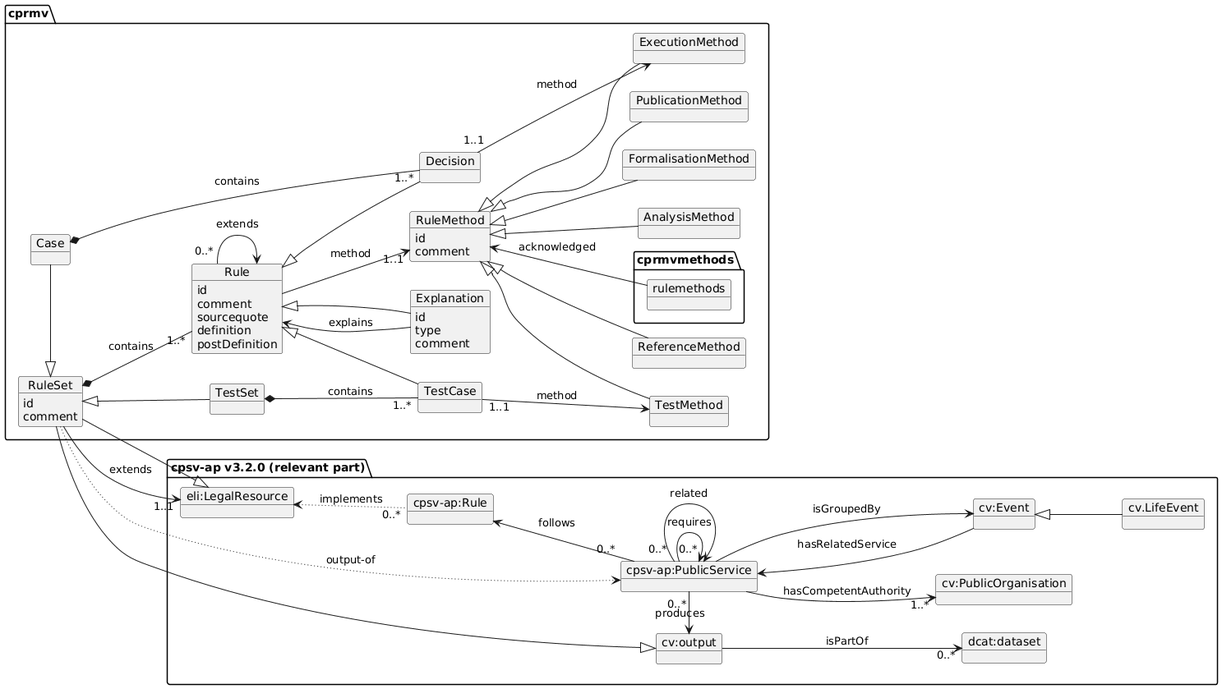
open-regels/cprmv keeps this PlantUML diagram as serve_api/respec/0.4.0/media/overview.png. Above is the earlier version. Its diagram source:
```plantuml
@startuml
left to right direction

package "cpsv-ap v3.2.0 (relevant part)" as cpsv-ap {
    object "cpsv-ap:Rule" as cpsvrule
    object "cpsv-ap:PublicService" as service
    service "0..*" -u-> cpsvrule : follows

    object "eli:LegalResource" as legalresource
    legalresource <-[dotted]- "0..*" cpsvrule : implements
    object "cv:output" as output
    service "0..*" -l-> output : produces
    object "dcat:dataset" as dcat
    output --> "0..*" dcat : isPartOf
    object "cv:Event" as event
    object "cv.LifeEvent" as lifeevent
    lifeevent -u-|> event
    service <-- event : hasRelatedService
    service --> event : isGroupedBy

    object "cv:PublicOrganisation" as organisation
    service --> "1..*" organisation : hasCompetentAuthority

    service "0..*" --> service : requires
    service "0..*" --> service : related
}

package cprmv {
    object RuleSet {
        id
        comment
    }
    object TestSet
    TestSet -u-|> RuleSet
    RuleSet --|> legalresource
    object Rule {
        id
        comment
        sourcequote
        definition
        postDefinition
    }
    object TestCase
    TestCase -u-|> Rule
    RuleSet *-- "1..*" Rule : contains
    TestSet *-- "1..*" TestCase : contains
    Rule "0..*" --> Rule : extends

    object Explanation {
        id
        type
        comment
    }

    Explanation -u-|> Rule
    Rule <-d- Explanation : explains

    object RuleMethod {
        id
        comment
    }
    Rule --> "1..1" RuleMethod : method

    object AnalysisMethod
    object FormalisationMethod
    object TestMethod
    object ExecutionMethod
    object PublicationMethod
    object ReferenceMethod
    RuleMethod <|-- AnalysisMethod
    RuleMethod <|-- FormalisationMethod
    RuleMethod <|-- TestMethod
    RuleMethod <|-- ExecutionMethod
    RuleMethod <|-- PublicationMethod
    RuleMethod <|-- ReferenceMethod

    package cprmvmethods {
        object rulemethods
        RuleMethod <-d- rulemethods : acknowledged
    }

    TestCase "1..1" --> TestMethod : method
    object C as "Case"
    C -l-|> RuleSet
    object D as "Decision"
    D -u-|> Rule
    C *-- "1..*" D : contains
    D "1..1" --> ExecutionMethod : method

}

RuleSet --> "1..1" legalresource : extends
RuleSet  -[dotted]-> service : "output-of"
output <|--  RuleSet
@enduml
```
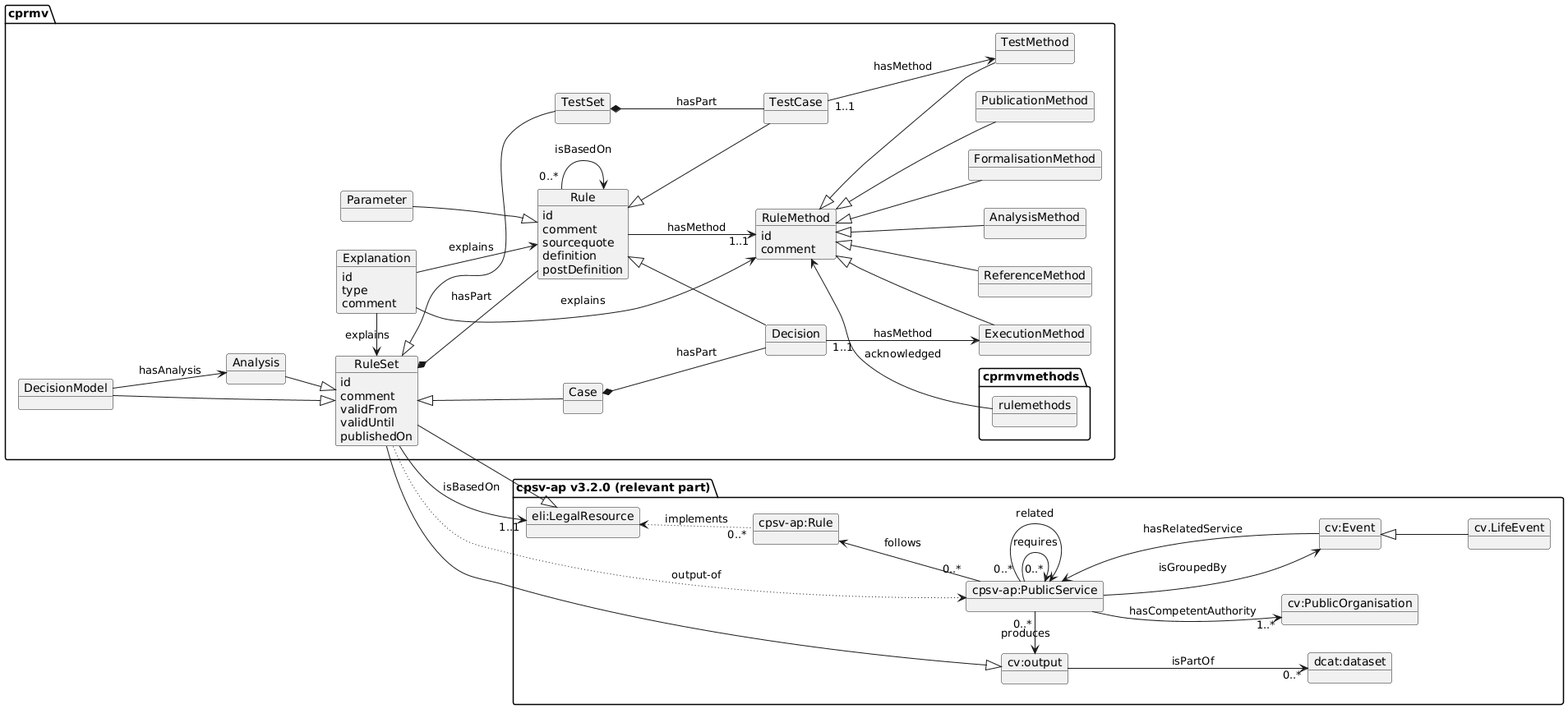
After the change.

The edit, as a diff of the source:
```diff
@@ -29,10 +29,17 @@
     object RuleSet {
         id
         comment
+	validFrom
+	validUntil
+	publishedOn
     }
     object TestSet
     TestSet -u-|> RuleSet
     RuleSet --|> legalresource
+    object DecisionModel
+    DecisionModel --|> RuleSet
+    object Analysis
+    Analysis --|> RuleSet
     object Rule {
         id
         comment
@@ -40,11 +47,18 @@
         definition
         postDefinition
     }
+    object Parameter
+    Parameter --|> Rule
     object TestCase
+    object Case
     TestCase -u-|> Rule
-    RuleSet *-- "1..*" Rule : contains
-    TestSet *-- "1..*" TestCase : contains
-    Rule "0..*" --> Rule : extends
+    RuleSet *-- Rule : hasPart
+    TestSet *-- TestCase : hasPart
+    Rule "0..*" --> Rule : isBasedOn
+    Case -u-|> RuleSet
+    object Decision
+    Decision -u-|> Rule
+    Case *-- Decision : hasPart
 
     object Explanation {
         id
@@ -52,14 +66,15 @@
         comment
     }
 
-    Explanation -u-|> Rule
-    Rule <-d- Explanation : explains
+    RuleSet <-l- Explanation : explains
+    Rule <-l- Explanation : explains
 
     object RuleMethod {
         id
         comment
     }
-    Rule --> "1..1" RuleMethod : method
+    Rule --> "1..1" RuleMethod : hasMethod
+    RuleMethod <-l- Explanation : explains
 
     object AnalysisMethod
     object FormalisationMethod
@@ -73,23 +88,19 @@
     RuleMethod <|-- ExecutionMethod
     RuleMethod <|-- PublicationMethod
     RuleMethod <|-- ReferenceMethod
+    DecisionModel --> Analysis : hasAnalysis
 
     package cprmvmethods {
         object rulemethods
-        RuleMethod <-d- rulemethods : acknowledged
+        RuleMethod <-- rulemethods : acknowledged
     }
 
-    TestCase "1..1" --> TestMethod : method
-    object C as "Case"
-    C -l-|> RuleSet
-    object D as "Decision"
-    D -u-|> Rule
-    C *-- "1..*" D : contains
-    D "1..1" --> ExecutionMethod : method
+    TestCase "1..1" --> TestMethod : hasMethod
+    Decision "1..1" --> ExecutionMethod : hasMethod
 
 }
 
-RuleSet --> "1..1" legalresource : extends
+RuleSet --> "1..1" legalresource : isBasedOn
 RuleSet  -[dotted]-> service : "output-of"
 output <|--  RuleSet
 @enduml
```
